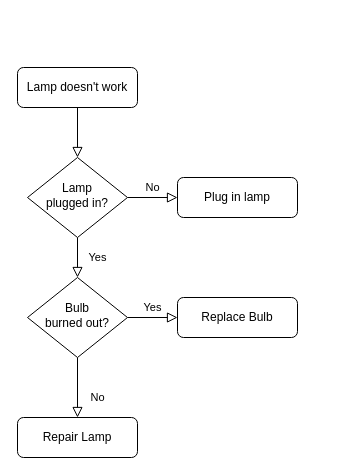
The draw.io diagram Untitled Diagram.drawio in GeLink9999/Hello-world, before the edit. Source tidied: cells renumbered, new cells numbered last; positions are measured from the earlier drawing's top-left corner, leaving out a move shared by most shapes. Both pictures are drawn from the tidied source at 100%, with x=0, y=0 at pixel (17, 67).
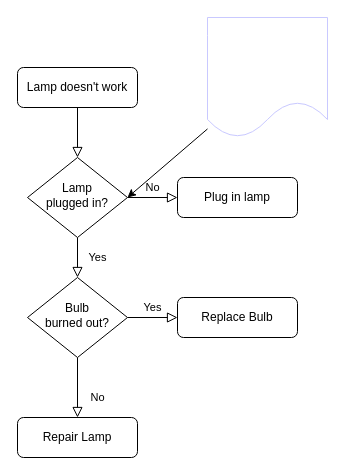
The same diagram, later.

What changed in the source:
```diff
@@
 <mxGraphModel>
   <root>
     <mxCell id="0" />
     <mxCell id="1" parent="0" />
     <mxCell id="2" style="rounded=0;html=1;jettySize=auto;fontSize=11;endArrow=block;endFill=0;endSize=8;strokeWidth=1;shadow=0;labelBackgroundColor=none;edgeStyle=orthogonalEdgeStyle;" parent="1" edge="1" source="3" target="6">
       <mxGeometry relative="1" as="geometry" />
     </mxCell>
     <mxCell id="3" value="Lamp doesn't work" style="rounded=1;whiteSpace=wrap;html=1;fontSize=12;glass=0;strokeWidth=1;shadow=0;" parent="1" vertex="1">
       <mxGeometry width="120" height="40" as="geometry" />
     </mxCell>
     <mxCell id="4" value="Yes" style="rounded=0;html=1;jettySize=auto;fontSize=11;endArrow=block;endFill=0;endSize=8;strokeWidth=1;shadow=0;labelBackgroundColor=none;edgeStyle=orthogonalEdgeStyle;" parent="1" edge="1" source="6" target="10">
       <mxGeometry y="20" relative="1" as="geometry" />
     </mxCell>
     <mxCell id="5" value="No" style="edgeStyle=orthogonalEdgeStyle;rounded=0;html=1;jettySize=auto;fontSize=11;endArrow=block;endFill=0;endSize=8;strokeWidth=1;shadow=0;labelBackgroundColor=none;" parent="1" edge="1" source="6" target="7">
       <mxGeometry y="10" relative="1" as="geometry" />
     </mxCell>
     <mxCell id="6" value="Lamp&lt;br&gt;plugged in?" style="rhombus;whiteSpace=wrap;html=1;shadow=0;fontFamily=Helvetica;fontSize=12;align=center;strokeWidth=1;spacing=6;spacingTop=-4;" parent="1" vertex="1">
       <mxGeometry x="10" y="90" width="100" height="80" as="geometry" />
     </mxCell>
     <mxCell id="7" value="Plug in lamp" style="rounded=1;whiteSpace=wrap;html=1;fontSize=12;glass=0;strokeWidth=1;shadow=0;" parent="1" vertex="1">
       <mxGeometry x="160" y="110" width="120" height="40" as="geometry" />
     </mxCell>
     <mxCell id="8" value="No" style="rounded=0;html=1;jettySize=auto;fontSize=11;endArrow=block;endFill=0;endSize=8;strokeWidth=1;shadow=0;labelBackgroundColor=none;edgeStyle=orthogonalEdgeStyle;" parent="1" edge="1" source="10" target="11">
       <mxGeometry x="0.33" y="20" relative="1" as="geometry" />
     </mxCell>
     <mxCell id="9" value="Yes" style="edgeStyle=orthogonalEdgeStyle;rounded=0;html=1;jettySize=auto;fontSize=11;endArrow=block;endFill=0;endSize=8;strokeWidth=1;shadow=0;labelBackgroundColor=none;" parent="1" edge="1" source="10" target="12">
       <mxGeometry y="10" relative="1" as="geometry" />
     </mxCell>
     <mxCell id="10" value="Bulb&lt;br&gt;burned out?" style="rhombus;whiteSpace=wrap;html=1;shadow=0;fontFamily=Helvetica;fontSize=12;align=center;strokeWidth=1;spacing=6;spacingTop=-4;" parent="1" vertex="1">
       <mxGeometry x="10" y="210" width="100" height="80" as="geometry" />
     </mxCell>
     <mxCell id="11" value="Repair Lamp" style="rounded=1;whiteSpace=wrap;html=1;fontSize=12;glass=0;strokeWidth=1;shadow=0;" parent="1" vertex="1">
       <mxGeometry y="350" width="120" height="40" as="geometry" />
     </mxCell>
     <mxCell id="12" value="Replace Bulb" style="rounded=1;whiteSpace=wrap;html=1;fontSize=12;glass=0;strokeWidth=1;shadow=0;" parent="1" vertex="1">
       <mxGeometry x="160" y="230" width="120" height="40" as="geometry" />
     </mxCell>
+    <mxCell id="13" style="edgeStyle=none;rounded=0;jettySize=auto;html=1;entryX=1;entryY=0.5;entryDx=0;entryDy=0;" parent="1" edge="1" source="14" target="6">
+      <mxGeometry relative="1" as="geometry" />
+    </mxCell>
+    <mxCell id="14" style="shape=document;whiteSpace=wrap;html=1;boundedLbl=1;strokeColor=#C9C9FF;" parent="1" vertex="1">
+      <mxGeometry x="190" y="-50" width="120" height="120" as="geometry" />
+    </mxCell>
   </root>
 </mxGraphModel>
```
